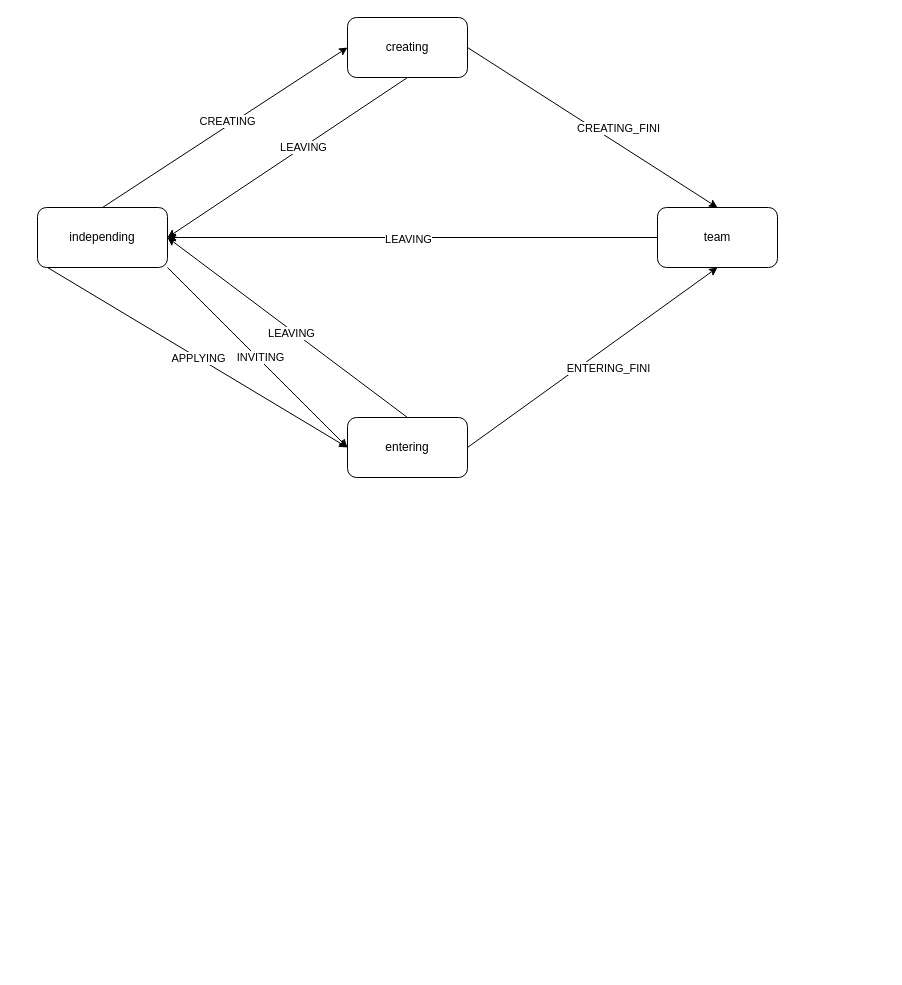
junpfeng/UE keeps this draw.io diagram as 组队状态机.drawio. Above is the earlier version. Source tidied: cells renumbered, new cells numbered last; positions are measured from the earlier drawing's top-left corner, leaving out a move shared by most shapes. Both pictures are drawn from the tidied source at 100%, with x=0, y=0 at pixel (37, 17).
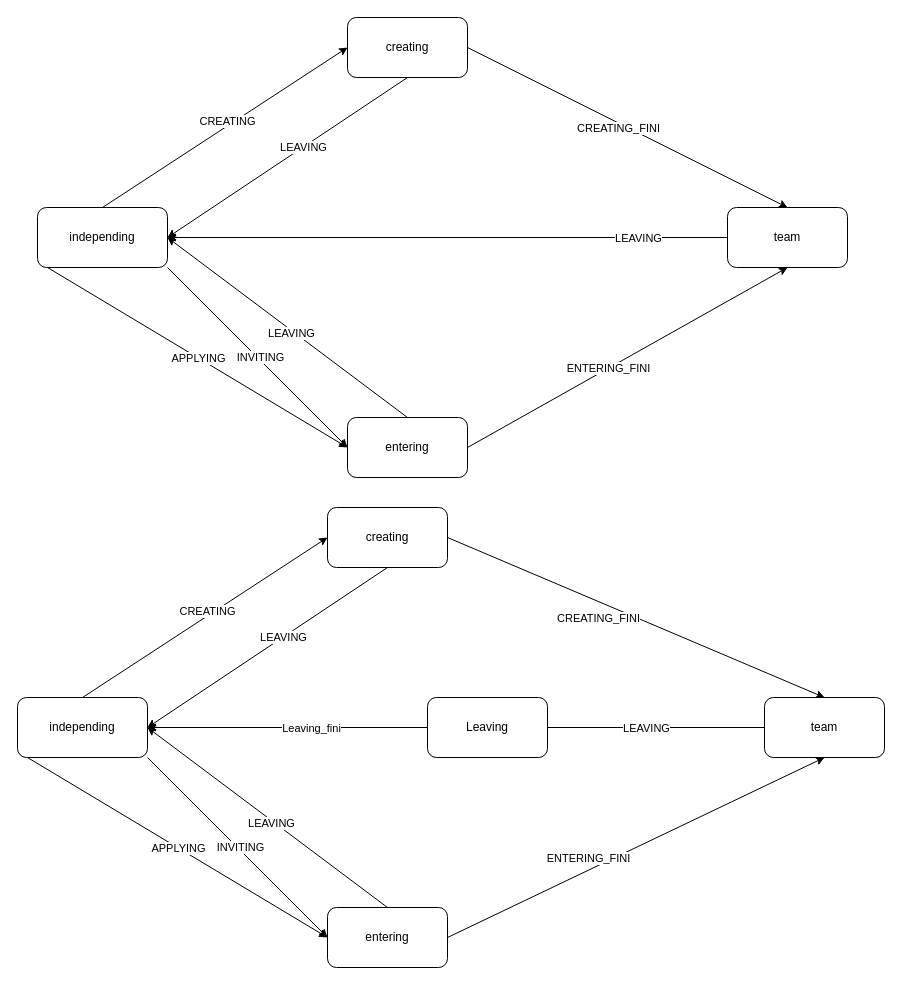
Above is the later version.

Commit message:
更新组队状态机.drawio

The change refers to these unchanged cells:
```xml
<mxCell id="3" style="edgeStyle=orthogonalEdgeStyle;rounded=0;jettySize=auto;html=1;exitX=0;exitY=0.5;exitDx=0;exitDy=0;entryX=1;entryY=0.5;entryDx=0;entryDy=0;" parent="1" edge="1" source="5" target="2">
  <mxGeometry relative="1" as="geometry" />
</mxCell>
```

Change to the diagram source:
```diff
@@
     <mxCell id="4" value="LEAVING" style="edgeLabel;html=1;align=center;verticalAlign=middle;" parent="3" vertex="1">
-      <mxGeometry x="0.02" y="1" relative="1" as="geometry" />
+      <mxGeometry x="0.02" y="1" relative="1" as="geometry">
+        <mxPoint x="196" y="-1" as="offset" />
+      </mxGeometry>
     </mxCell>
     <mxCell id="5" value="team" style="rounded=1;whiteSpace=wrap;html=1;" parent="1" vertex="1">
-      <mxGeometry x="620" y="190" width="120" height="60" as="geometry" />
+      <mxGeometry x="690" y="190" width="120" height="60" as="geometry" />
     </mxCell>
@@
+    <mxCell id="22" value="independing" style="rounded=1;whiteSpace=wrap;html=1;" parent="1" vertex="1">
+      <mxGeometry x="-20" y="680" width="130" height="60" as="geometry" />
+    </mxCell>
+    <mxCell id="23" style="edgeStyle=orthogonalEdgeStyle;rounded=0;jettySize=auto;html=1;exitX=0;exitY=0.5;exitDx=0;exitDy=0;entryX=1;entryY=0.5;entryDx=0;entryDy=0;" parent="1" edge="1" source="26" target="22">
+      <mxGeometry relative="1" as="geometry" />
+    </mxCell>
+    <mxCell id="24" value="LEAVING" style="edgeLabel;html=1;align=center;verticalAlign=middle;" parent="23" vertex="1">
+      <mxGeometry x="0.02" y="1" relative="1" as="geometry">
+        <mxPoint x="196" y="-1" as="offset" />
+      </mxGeometry>
+    </mxCell>
+    <mxCell id="25" value="Leaving_fini" style="edgeLabel;html=1;align=center;verticalAlign=middle;" parent="23" vertex="1">
+      <mxGeometry x="0.83" y="2" relative="1" as="geometry">
+        <mxPoint x="111" y="-2" as="offset" />
+      </mxGeometry>
+    </mxCell>
+    <mxCell id="26" value="team" style="rounded=1;whiteSpace=wrap;html=1;" parent="1" vertex="1">
+      <mxGeometry x="727" y="680" width="120" height="60" as="geometry" />
+    </mxCell>
+    <mxCell id="27" value="creating" style="rounded=1;whiteSpace=wrap;html=1;" parent="1" vertex="1">
+      <mxGeometry x="290" y="490" width="120" height="60" as="geometry" />
+    </mxCell>
+    <mxCell id="28" value="entering" style="rounded=1;whiteSpace=wrap;html=1;" parent="1" vertex="1">
+      <mxGeometry x="290" y="890" width="120" height="60" as="geometry" />
+    </mxCell>
+    <mxCell id="29" style="endArrow=classic;html=1;rounded=0;exitX=1;exitY=1;exitDx=0;exitDy=0;entryX=0;entryY=0.5;entryDx=0;entryDy=0;" parent="1" edge="1" source="22" target="28">
+      <mxGeometry relative="1" as="geometry" />
+    </mxCell>
+    <mxCell id="30" value="INVITING" style="edgeLabel;html=1;align=center;verticalAlign=middle;" parent="29" vertex="1">
+      <mxGeometry x="0.04" y="1" relative="1" as="geometry">
+        <mxPoint x="-2" y="-3" as="offset" />
+      </mxGeometry>
+    </mxCell>
+    <mxCell id="31" style="endArrow=classic;html=1;rounded=0;exitX=1;exitY=1;exitDx=0;exitDy=0;entryX=0;entryY=0.5;entryDx=0;entryDy=0;" parent="1" edge="1" target="28">
+      <mxGeometry relative="1" as="geometry">
+        <mxPoint x="-10" y="740" as="sourcePoint" />
+      </mxGeometry>
+    </mxCell>
+    <mxCell id="32" value="APPLYING" style="edgeLabel;html=1;align=center;verticalAlign=middle;" parent="31" vertex="1">
+      <mxGeometry relative="1" as="geometry" />
+    </mxCell>
+    <mxCell id="33" style="endArrow=classic;html=1;rounded=0;exitX=0.5;exitY=0;exitDx=0;exitDy=0;entryX=0;entryY=0.5;entryDx=0;entryDy=0;" parent="1" edge="1" source="22" target="27">
+      <mxGeometry relative="1" as="geometry" />
+    </mxCell>
+    <mxCell id="34" value="CREATING" style="edgeLabel;html=1;align=center;verticalAlign=middle;" parent="33" vertex="1">
+      <mxGeometry x="0.04" y="1" relative="1" as="geometry">
+        <mxPoint x="-2" y="-3" as="offset" />
+      </mxGeometry>
+    </mxCell>
+    <mxCell id="35" style="endArrow=classic;html=1;rounded=0;entryX=0.5;entryY=0;entryDx=0;entryDy=0;exitX=1;exitY=0.5;exitDx=0;exitDy=0;" parent="1" edge="1" source="27" target="26">
+      <mxGeometry relative="1" as="geometry" />
+    </mxCell>
+    <mxCell id="36" style="endArrow=classic;html=1;rounded=0;entryX=0.5;entryY=1;entryDx=0;entryDy=0;exitX=1;exitY=0.5;exitDx=0;exitDy=0;" parent="1" edge="1" source="28" target="26">
+      <mxGeometry relative="1" as="geometry" />
+    </mxCell>
+    <mxCell id="37" value="CREATING_FINI" style="edgeLabel;html=1;align=center;verticalAlign=middle;" parent="1" vertex="1">
+      <mxGeometry x="560" y="600" as="geometry" />
+    </mxCell>
+    <mxCell id="38" value="ENTERING_FINI" style="edgeLabel;html=1;align=center;verticalAlign=middle;" parent="1" vertex="1">
+      <mxGeometry x="550" y="840" as="geometry" />
+    </mxCell>
+    <mxCell id="39" style="endArrow=classic;html=1;rounded=0;exitX=0.5;exitY=0;exitDx=0;exitDy=0;" parent="1" edge="1" source="28">
+      <mxGeometry relative="1" as="geometry">
+        <mxPoint x="110" y="710" as="targetPoint" />
+      </mxGeometry>
+    </mxCell>
+    <mxCell id="40" style="endArrow=classic;html=1;rounded=0;exitX=0.5;exitY=1;exitDx=0;exitDy=0;" parent="1" edge="1" source="27">
+      <mxGeometry relative="1" as="geometry">
+        <mxPoint x="110" y="710" as="targetPoint" />
+      </mxGeometry>
+    </mxCell>
+    <mxCell id="41" value="LEAVING" style="edgeLabel;html=1;align=center;verticalAlign=middle;" parent="1" vertex="1">
+      <mxGeometry x="360.8" y="721" as="geometry">
+        <mxPoint x="-127" y="84" as="offset" />
+      </mxGeometry>
+    </mxCell>
+    <mxCell id="42" value="LEAVING" style="edgeLabel;html=1;align=center;verticalAlign=middle;" parent="1" vertex="1">
+      <mxGeometry x="370.8" y="731" as="geometry">
+        <mxPoint x="-125" y="-112" as="offset" />
+      </mxGeometry>
+    </mxCell>
+    <mxCell id="43" value="Leaving" style="rounded=1;whiteSpace=wrap;html=1;" parent="1" vertex="1">
+      <mxGeometry x="390" y="680" width="120" height="60" as="geometry" />
+    </mxCell>
```
